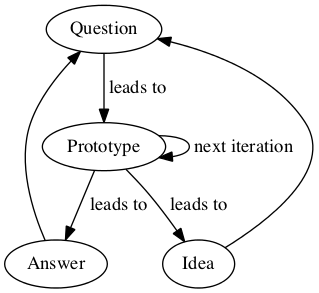
This is images/research/overall-research-process-1.png from MGDS-PET/mgds-pet.github.io, a Graphviz export, as it was before one commit. Its source is kept beside it as images/research/overall-research-process-1.gv.
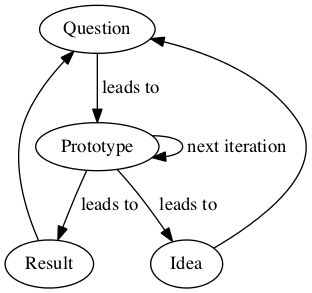
After the change.

What changed in the source:
```diff
@@ -8,7 +8,7 @@
 
 	Question->Prototype [label=" leads to"]
 	Prototype->Prototype [label=" next iteration"]
-	Prototype->{Answer Idea} [label=" leads to"]
-	Answer->Question
+	Prototype->{Result Idea} [label=" leads to"]
+	Result->Question
 	Idea->Question
 }
```
